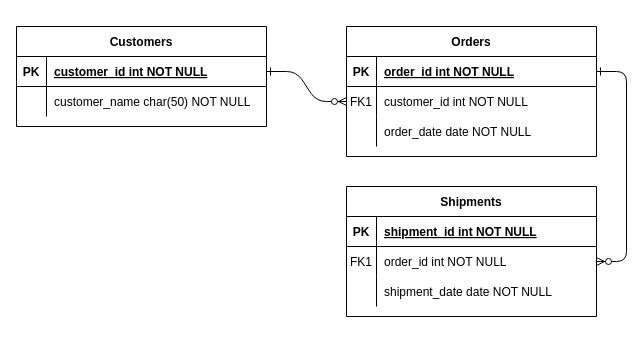
The draw.io diagram rental-a-place-database.drawio in VijayVaidnath/rental-app, before the edit. Source tidied: cells renumbered, new cells numbered last; positions are measured from the earlier drawing's top-left corner, leaving out a move shared by most shapes. Both pictures are drawn from the tidied source at 100%, with x=0, y=0 at pixel (16, 26).
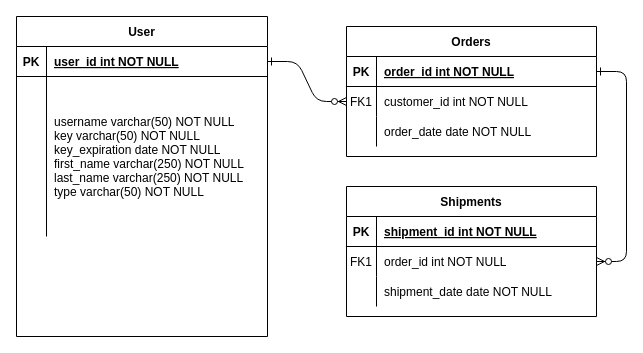
The same page after the edit.

What changed in the source:
```diff
@@
-    <mxCell id="24" value="Customers" style="shape=table;startSize=30;childLayout=tableLayout;rowLines=0;fontStyle=1;align=center;" parent="1" vertex="1">
-      <mxGeometry width="250" height="100" as="geometry" />
+    <mxCell id="24" value="User" style="shape=table;startSize=30;childLayout=tableLayout;rowLines=0;fontStyle=1;align=center;" parent="1" vertex="1">
+      <mxGeometry y="-10" width="251" height="320" as="geometry" />
     </mxCell>
     <mxCell id="25" style="shape=partialRectangle;fillColor=none;points=[[0,0.5],[1,0.5]];portConstraint=eastwest;top=0;left=0;right=0;bottom=1;" parent="24" vertex="1">
-      <mxGeometry y="30" width="250" height="30" as="geometry" />
+      <mxGeometry y="30" width="251" height="30" as="geometry" />
     </mxCell>
@@
-    <mxCell id="27" value="customer_id int NOT NULL " style="shape=partialRectangle;overflow=hidden;fillColor=none;top=0;left=0;bottom=0;right=0;align=left;spacingLeft=6;fontStyle=5;" parent="25" vertex="1">
-      <mxGeometry x="30" width="220" height="30" as="geometry" />
+    <mxCell id="27" value="user_id int NOT NULL " style="shape=partialRectangle;overflow=hidden;fillColor=none;top=0;left=0;bottom=0;right=0;align=left;spacingLeft=6;fontStyle=5;" parent="25" vertex="1">
+      <mxGeometry x="30" width="221" height="30" as="geometry" />
     </mxCell>
     <mxCell id="28" style="shape=partialRectangle;fillColor=none;top=0;left=0;right=0;bottom=0;" parent="24" vertex="1">
-      <mxGeometry y="60" width="250" height="30" as="geometry" />
+      <mxGeometry y="60" width="251" height="160" as="geometry" />
     </mxCell>
     <mxCell id="29" style="shape=partialRectangle;overflow=hidden;fillColor=none;top=0;left=0;bottom=0;right=0;" parent="28" vertex="1">
-      <mxGeometry width="30" height="30" as="geometry" />
+      <mxGeometry width="30" height="160" as="geometry" />
     </mxCell>
-    <mxCell id="30" value="customer_name char(50) NOT NULL" style="shape=partialRectangle;overflow=hidden;fillColor=none;top=0;left=0;bottom=0;right=0;align=left;spacingLeft=6;" parent="28" vertex="1">
-      <mxGeometry x="30" width="220" height="30" as="geometry" />
+    <mxCell id="30" value="username varchar(50) NOT NULL&#10;key varchar(50) NOT NULL&#10;key_expiration date NOT NULL&#10;first_name varchar(250) NOT NULL&#10;last_name varchar(250) NOT NULL&#10;type varchar(50) NOT NULL" style="shape=partialRectangle;overflow=hidden;fillColor=none;top=0;left=0;bottom=0;right=0;align=left;spacingLeft=6;" parent="28" vertex="1">
+      <mxGeometry x="30" width="221" height="160" as="geometry" />
     </mxCell>
```
